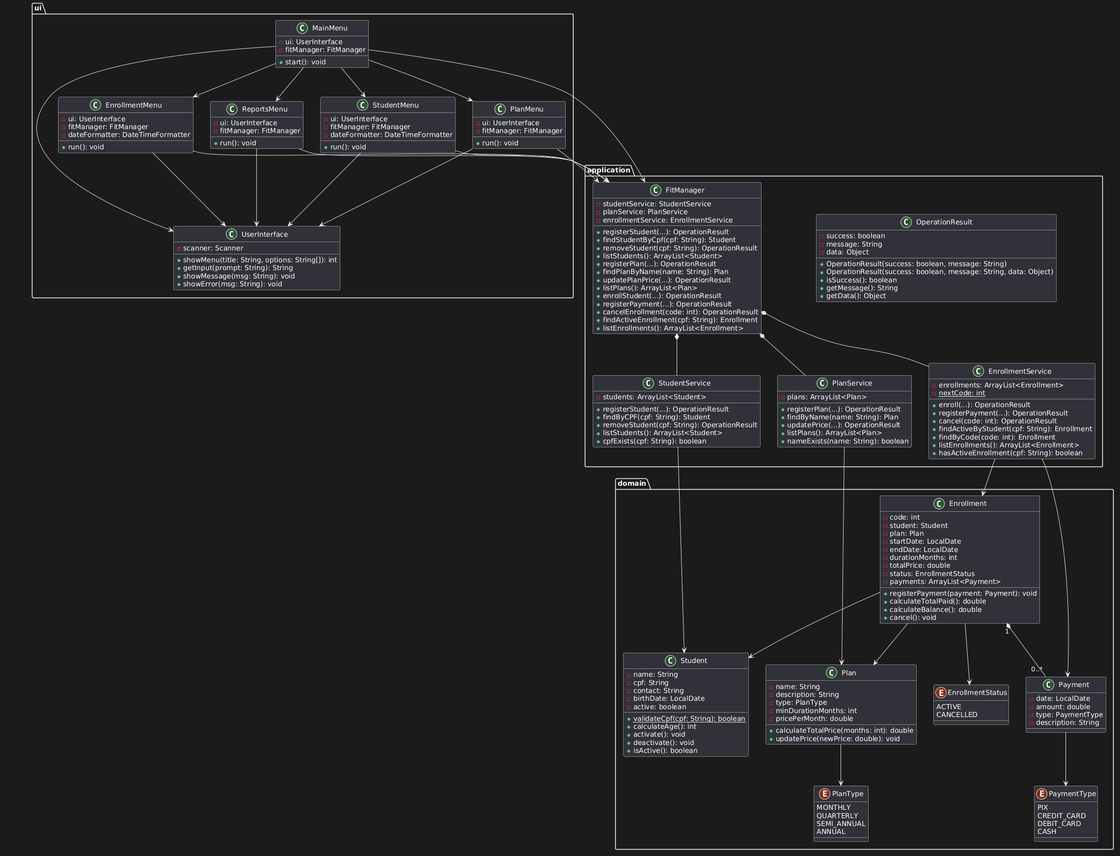
Before: diagram.png, a diagram exported from PlantUML (lucas-squinca/grupoE-fitmanager).
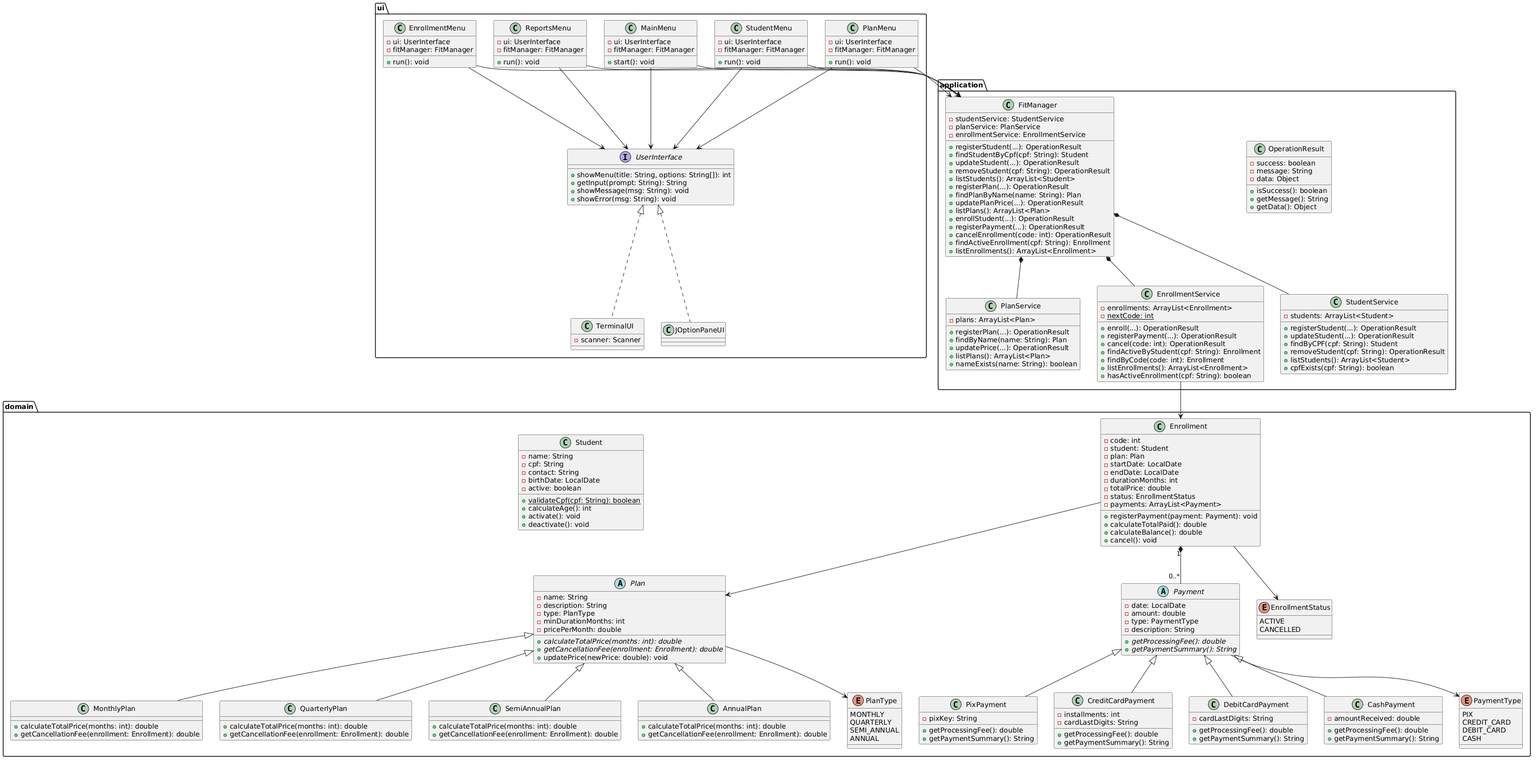
Above is the later version.

Commit message:
Atualizar relatório e diagrama da segunda etapa.

What changed in the source:
```diff
@@ -1,11 +1,17 @@
 @startuml
 package "ui" {
-  class UserInterface {
-    -scanner: Scanner
+  interface UserInterface {
     +showMenu(title: String, options: String[]): int
     +getInput(prompt: String): String
     +showMessage(msg: String): void
     +showError(msg: String): void
+  }
+
+  class TerminalUI implements UserInterface {
+    -scanner: Scanner
+  }
+
+  class JOptionPaneUI implements UserInterface {
   }
 
   class MainMenu {
@@ -17,7 +23,6 @@
   class StudentMenu {
     -ui: UserInterface
     -fitManager: FitManager
-    -dateFormatter: DateTimeFormatter
     +run(): void
   }
 
@@ -30,7 +35,6 @@
   class EnrollmentMenu {
     -ui: UserInterface
     -fitManager: FitManager
-    -dateFormatter: DateTimeFormatter
     +run(): void
   }
 
@@ -48,6 +52,7 @@
     -enrollmentService: EnrollmentService
     +registerStudent(...): OperationResult
     +findStudentByCpf(cpf: String): Student
+    +updateStudent(...): OperationResult
     +removeStudent(cpf: String): OperationResult
     +listStudents(): ArrayList<Student>
     +registerPlan(...): OperationResult
@@ -64,6 +69,7 @@
   class StudentService {
     -students: ArrayList<Student>
     +registerStudent(...): OperationResult
+    +updateStudent(...): OperationResult
     +findByCPF(cpf: String): Student
     +removeStudent(cpf: String): OperationResult
     +listStudents(): ArrayList<Student>
@@ -95,8 +101,6 @@
     -success: boolean
     -message: String
     -data: Object
-    +OperationResult(success: boolean, message: String)
-    +OperationResult(success: boolean, message: String, data: Object)
     +isSuccess(): boolean
     +getMessage(): String
     +getData(): Object
@@ -114,17 +118,37 @@
     +calculateAge(): int
     +activate(): void
     +deactivate(): void
-    +isActive(): boolean
   }
 
-  class Plan {
+  abstract class Plan {
     -name: String
     -description: String
     -type: PlanType
     -minDurationMonths: int
     -pricePerMonth: double
+    +{abstract} calculateTotalPrice(months: int): double
+    +{abstract} getCancellationFee(enrollment: Enrollment): double
+    +updatePrice(newPrice: double): void
+  }
+
+  class MonthlyPlan extends Plan {
     +calculateTotalPrice(months: int): double
-    +updatePrice(newPrice: double): void
+    +getCancellationFee(enrollment: Enrollment): double
+  }
+
+  class QuarterlyPlan extends Plan {
+    +calculateTotalPrice(months: int): double
+    +getCancellationFee(enrollment: Enrollment): double
+  }
+
+  class SemiAnnualPlan extends Plan {
+    +calculateTotalPrice(months: int): double
+    +getCancellationFee(enrollment: Enrollment): double
+  }
+
+  class AnnualPlan extends Plan {
+    +calculateTotalPrice(months: int): double
+    +getCancellationFee(enrollment: Enrollment): double
   }
 
   class Enrollment {
@@ -143,11 +167,38 @@
     +cancel(): void
   }
 
-  class Payment {
+  abstract class Payment {
     -date: LocalDate
     -amount: double
     -type: PaymentType
     -description: String
+    +{abstract} getProcessingFee(): double
+    +{abstract} getPaymentSummary(): String
+  }
+
+  class PixPayment extends Payment {
+    -pixKey: String
+    +getProcessingFee(): double
+    +getPaymentSummary(): String
+  }
+
+  class CreditCardPayment extends Payment {
+    -installments: int
+    -cardLastDigits: String
+    +getProcessingFee(): double
+    +getPaymentSummary(): String
+  }
+
+  class DebitCardPayment extends Payment {
+    -cardLastDigits: String
+    +getProcessingFee(): double
+    +getPaymentSummary(): String
+  }
+
+  class CashPayment extends Payment {
+    -amountReceived: double
+    +getProcessingFee(): double
+    +getPaymentSummary(): String
   }
 
   enum PlanType {
@@ -170,13 +221,8 @@
   }
 }
 
-MainMenu --> StudentMenu
-MainMenu --> PlanMenu
-MainMenu --> EnrollmentMenu
-MainMenu --> ReportsMenu
 MainMenu --> UserInterface
 MainMenu --> FitManager
-
 StudentMenu --> UserInterface
 StudentMenu --> FitManager
 PlanMenu --> UserInterface
@@ -190,16 +236,10 @@
 FitManager *-- PlanService
 FitManager *-- EnrollmentService
 
-StudentService --> Student
-PlanService --> Plan
 EnrollmentService --> Enrollment
-EnrollmentService --> Payment
-
-Enrollment --> Student
 Enrollment --> Plan
+Enrollment "1" *-- "0..*" Payment
 Enrollment --> EnrollmentStatus
-Enrollment "1" *-- "0..*" Payment
-
 Plan --> PlanType
 Payment --> PaymentType
 @enduml
```
